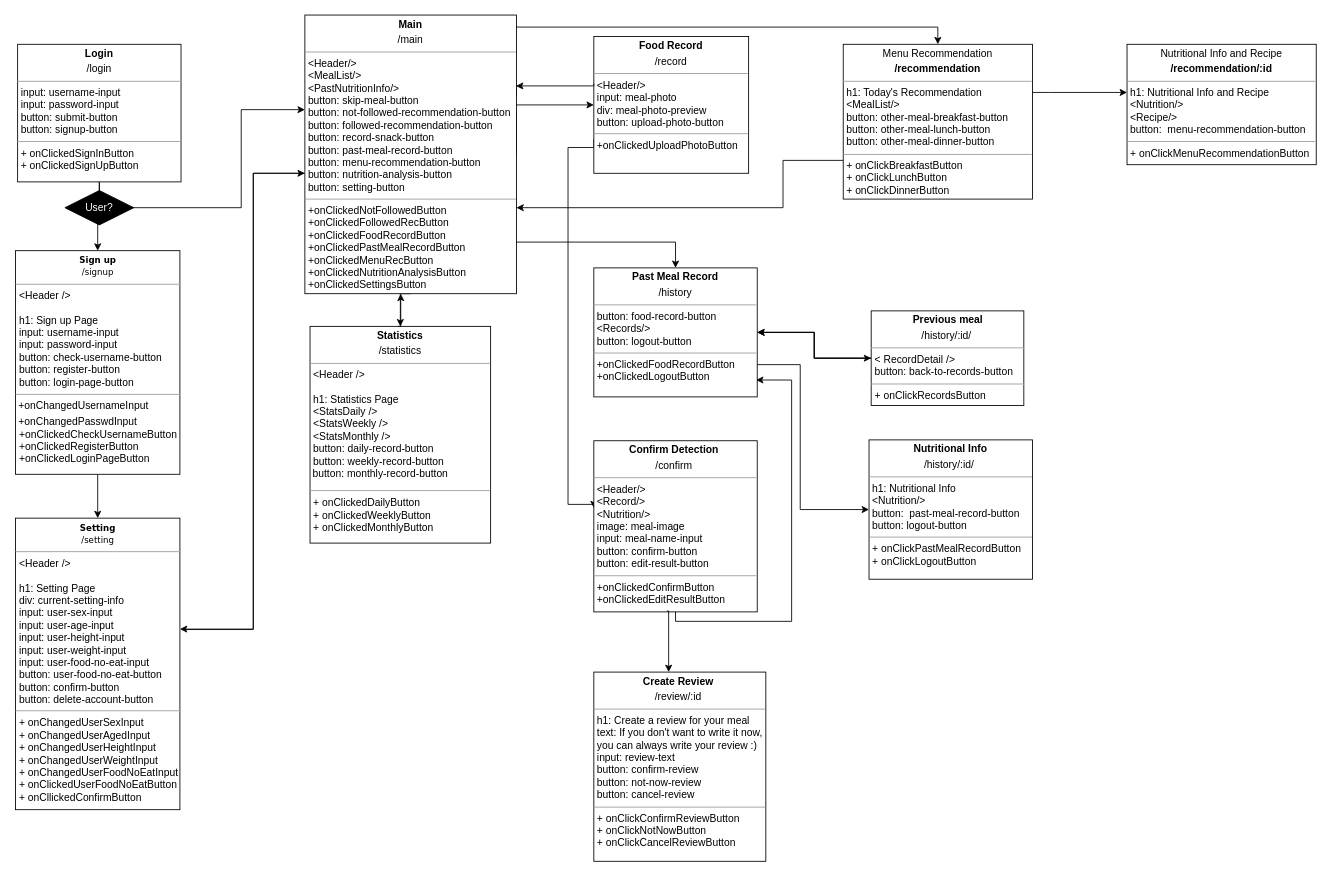
This is diagrams/Frontend_UML.drawio from swsnu/swpp2021-team5, a draw.io file, before an edit. Source tidied: cells renumbered, new cells numbered last; positions are measured from the earlier drawing's top-left corner, leaving out a move shared by most shapes. Both pictures are drawn from the tidied source at 86%, with x=0, y=0 at pixel (15, 15).
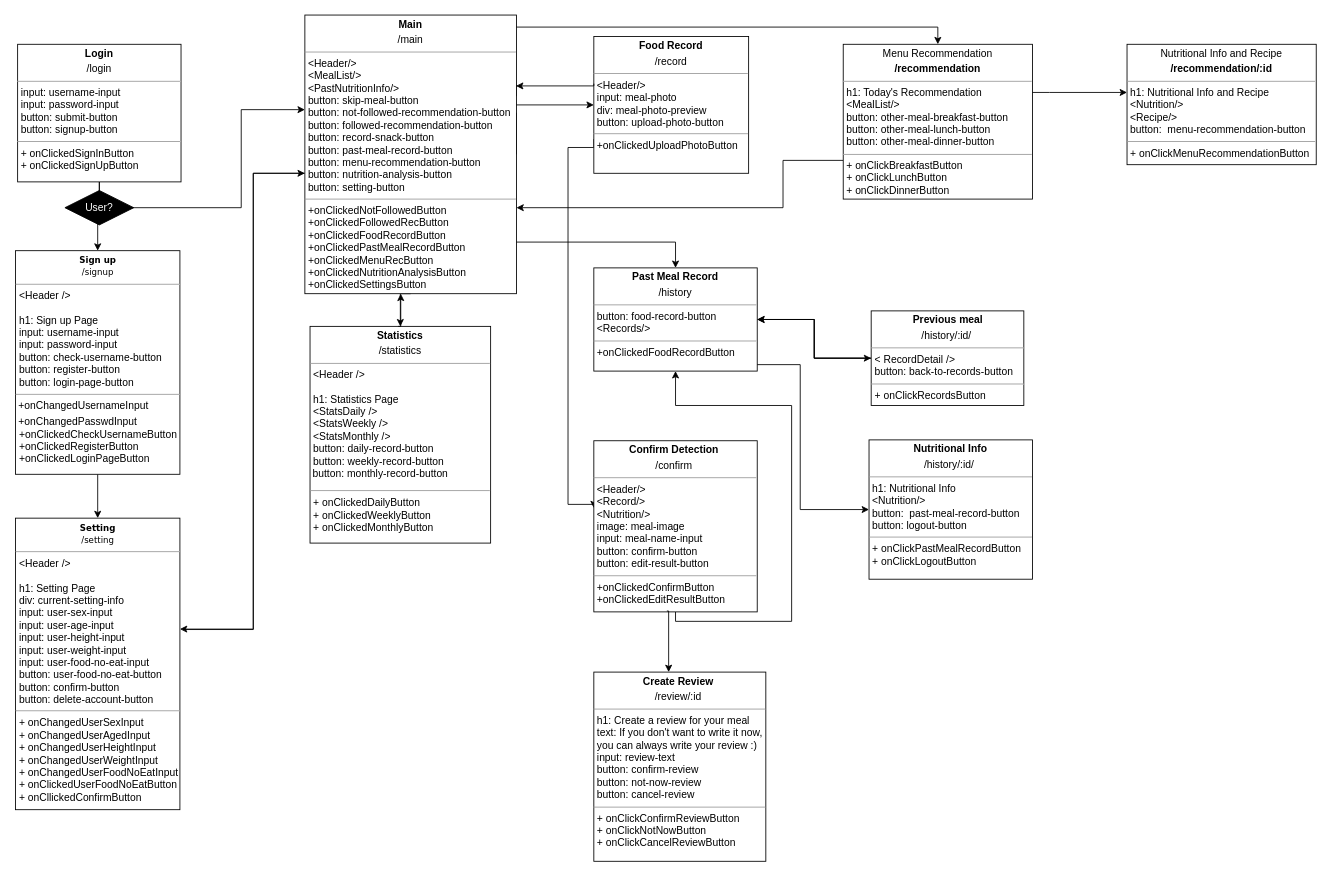
The same page after the edit.

The change refers to these unchanged cells:
```xml
<mxCell id="23" value="&lt;p style=&quot;margin: 0px ; margin-top: 4px ; text-align: center&quot;&gt;&lt;b&gt;Confirm Detection&amp;nbsp;&lt;/b&gt;&lt;/p&gt;&lt;p style=&quot;margin: 0px ; margin-top: 4px ; text-align: center&quot;&gt;/confirm&lt;b&gt;&amp;nbsp;&lt;/b&gt;&lt;/p&gt;&lt;hr size=&quot;1&quot;&gt;&lt;p style=&quot;margin: 0px ; margin-left: 4px&quot;&gt;&amp;lt;Header/&amp;gt;&lt;/p&gt;&lt;p style=&quot;margin: 0px ; margin-left: 4px&quot;&gt;&amp;lt;Record/&amp;gt;&lt;/p&gt;&lt;p style=&quot;margin: 0px ; margin-left: 4px&quot;&gt;&amp;lt;Nutrition/&amp;gt;&lt;/p&gt;&lt;p style=&quot;margin: 0px ; margin-left: 4px&quot;&gt;image: meal-image&lt;/p&gt;&lt;p style=&quot;margin: 0px ; margin-left: 4px&quot;&gt;input: meal-name-input&lt;/p&gt;&lt;p style=&quot;margin: 0px ; margin-left: 4px&quot;&gt;&lt;span&gt;button: confirm-button&lt;/span&gt;&lt;br&gt;&lt;/p&gt;&lt;p style=&quot;margin: 0px ; margin-left: 4px&quot;&gt;button: edit-result-button&lt;/p&gt;&lt;hr size=&quot;1&quot;&gt;&lt;p style=&quot;margin: 0px ; margin-left: 4px&quot;&gt;+onClickedConfirmButton&lt;/p&gt;&lt;p style=&quot;margin: 0px ; margin-left: 4px&quot;&gt;+onClickedEditResultButton&lt;/p&gt;&lt;p style=&quot;margin: 0px ; margin-left: 4px&quot;&gt;&lt;br&gt;&lt;/p&gt;&lt;p style=&quot;margin: 0px ; margin-left: 4px&quot;&gt;&lt;br&gt;&lt;/p&gt;" style="verticalAlign=top;align=left;overflow=fill;fontSize=12;fontFamily=Helvetica;html=1;" parent="1" vertex="1">
  <mxGeometry x="672" y="495" width="190" height="199" as="geometry" />
</mxCell>
```

Diff of the diagram source:
```diff
@@
-    <mxCell id="17" value="&lt;p style=&quot;margin: 0px ; margin-top: 4px ; text-align: center&quot;&gt;&lt;b&gt;Past Meal Record&lt;/b&gt;&lt;/p&gt;&lt;p style=&quot;margin: 0px ; margin-top: 4px ; text-align: center&quot;&gt;/history&lt;/p&gt;&lt;hr size=&quot;1&quot;&gt;&lt;p style=&quot;margin: 0px 0px 0px 4px&quot;&gt;button: food-record-button&lt;/p&gt;&lt;p style=&quot;margin: 0px 0px 0px 4px&quot;&gt;&amp;lt;Records/&amp;gt;&lt;/p&gt;&lt;p style=&quot;margin: 0px 0px 0px 4px&quot;&gt;button: logout-button&lt;/p&gt;&lt;hr size=&quot;1&quot;&gt;&lt;p style=&quot;margin: 0px ; margin-left: 4px&quot;&gt;+onClickedFoodRecordButton&lt;/p&gt;&lt;p style=&quot;margin: 0px ; margin-left: 4px&quot;&gt;+onClickedLogoutButton&lt;/p&gt;" style="verticalAlign=top;align=left;overflow=fill;fontSize=12;fontFamily=Helvetica;html=1;rounded=0;shadow=0;comic=0;labelBackgroundColor=none;strokeWidth=1;" parent="1" vertex="1">
-      <mxGeometry x="672" y="294" width="190" height="150" as="geometry" />
+    <mxCell id="17" value="&lt;p style=&quot;margin: 0px ; margin-top: 4px ; text-align: center&quot;&gt;&lt;b&gt;Past Meal Record&lt;/b&gt;&lt;/p&gt;&lt;p style=&quot;margin: 0px ; margin-top: 4px ; text-align: center&quot;&gt;/history&lt;/p&gt;&lt;hr size=&quot;1&quot;&gt;&lt;p style=&quot;margin: 0px 0px 0px 4px&quot;&gt;button: food-record-button&lt;/p&gt;&lt;p style=&quot;margin: 0px 0px 0px 4px&quot;&gt;&amp;lt;Records/&amp;gt;&lt;/p&gt;&lt;hr size=&quot;1&quot;&gt;&lt;p style=&quot;margin: 0px ; margin-left: 4px&quot;&gt;+onClickedFoodRecordButton&lt;/p&gt;" style="verticalAlign=top;align=left;overflow=fill;fontSize=12;fontFamily=Helvetica;html=1;rounded=0;shadow=0;comic=0;labelBackgroundColor=none;strokeWidth=1;" parent="1" vertex="1">
+      <mxGeometry x="672" y="294" width="190" height="120" as="geometry" />
     </mxCell>
@@
-    <mxCell id="22" style="edgeStyle=orthogonalEdgeStyle;rounded=0;jettySize=auto;html=1;exitX=0.5;exitY=1;exitDx=0;exitDy=0;fontColor=#FFFFFF;entryX=0.993;entryY=0.869;entryDx=0;entryDy=0;entryPerimeter=0;" parent="1" edge="1" source="23" target="17">
+    <mxCell id="22" style="edgeStyle=orthogonalEdgeStyle;rounded=0;jettySize=auto;html=1;exitX=0.5;exitY=1;exitDx=0;exitDy=0;fontColor=#FFFFFF;entryX=0.5;entryY=1;entryDx=0;entryDy=0;" parent="1" edge="1" source="23" target="17">
       <mxGeometry relative="1" as="geometry">
         <Array as="points">
           <mxPoint x="767" y="705" />
           <mxPoint x="902" y="705" />
-          <mxPoint x="902" y="424" />
+          <mxPoint x="902" y="454" />
+          <mxPoint x="767" y="454" />
         </Array>
       </mxGeometry>
     </mxCell>
```
